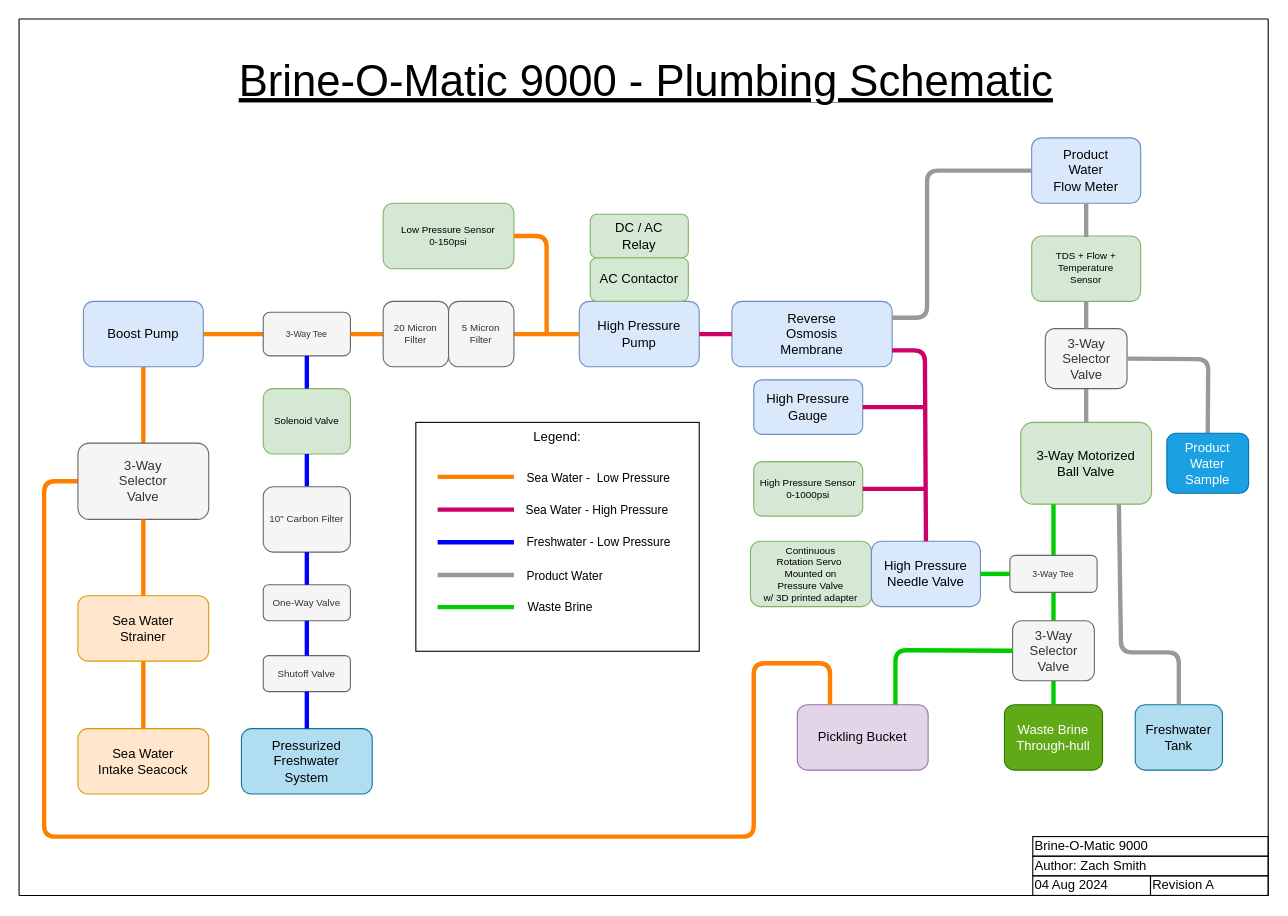
This is page "Plumbing" (1 of 5) of Brine-o-Matic 9000.drawio from hoeken/brineomatic, a draw.io file, before an edit. Source tidied: cells renumbered, new cells numbered last; positions are measured from the earlier drawing's top-left corner, leaving out a move shared by most shapes. Both pictures are drawn from the tidied source at 109%, with x=0, y=0 at pixel (19, 19).
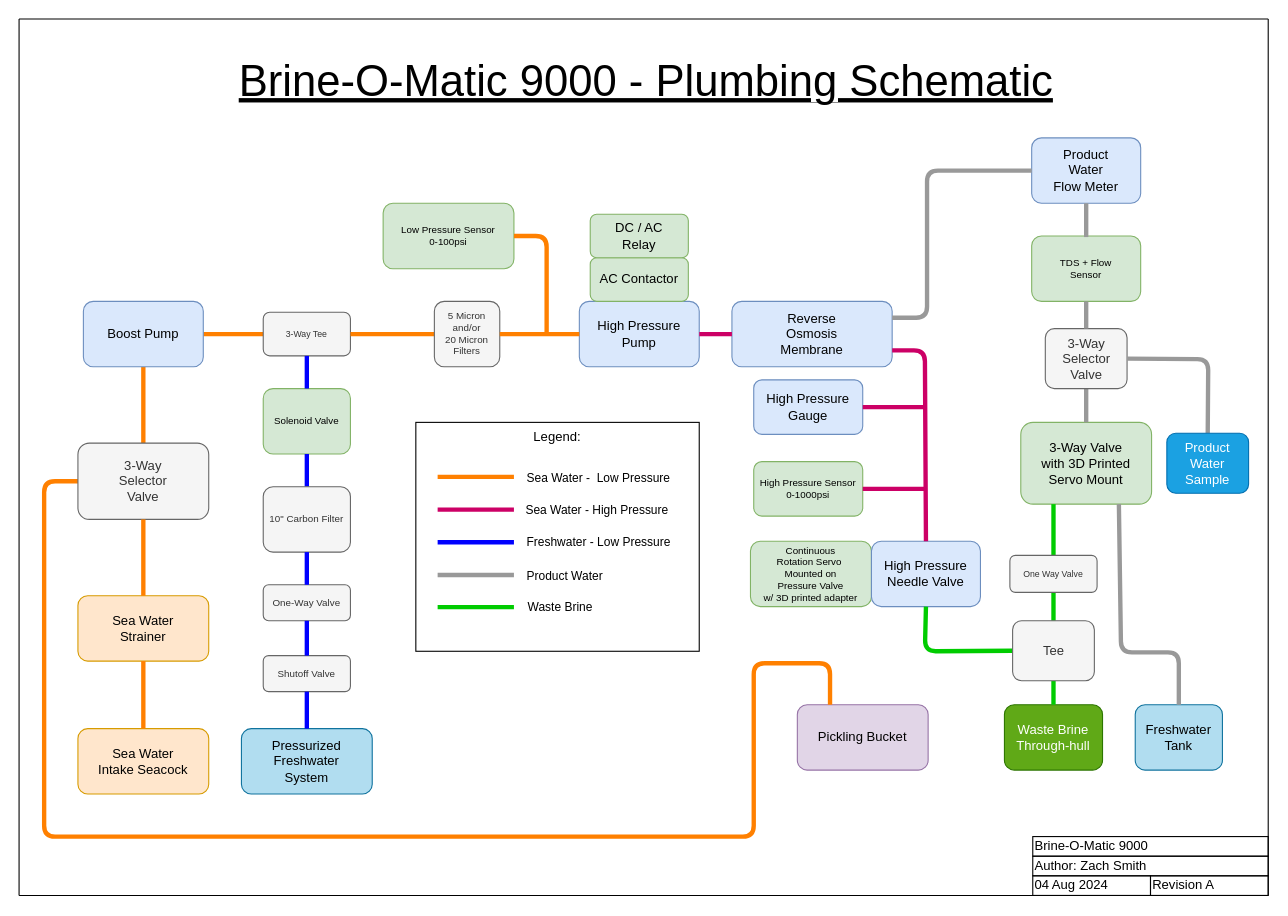
The same diagram, later.

The change refers to these unchanged cells:
```xml
<mxCell id="4" value="High Pressure&lt;br&gt;Pump" style="rounded=1;whiteSpace=wrap;html=1;fillColor=#dae8fc;strokeColor=#6c8ebf;" parent="1" vertex="1">
  <mxGeometry x="514" y="259" width="110" height="60" as="geometry" />
</mxCell>
<mxCell id="5" value="Pickling Bucket" style="rounded=1;whiteSpace=wrap;html=1;fillColor=#e1d5e7;strokeColor=#9673a6;" parent="1" vertex="1">
  <mxGeometry x="714" y="629" width="120" height="60" as="geometry" />
</mxCell>
<mxCell id="65" value="High Pressure&lt;br&gt;Needle Valve" style="rounded=1;whiteSpace=wrap;html=1;fillColor=#dae8fc;strokeColor=#6c8ebf;" parent="1" vertex="1">
  <mxGeometry x="782" y="479" width="100" height="60" as="geometry" />
</mxCell>
```

Change to the diagram source:
```diff
@@
-    <mxCell id="15" value="3-Way Motorized&lt;br&gt;Ball Valve" style="rounded=1;whiteSpace=wrap;html=1;fillColor=#d5e8d4;strokeColor=#82b366;" parent="1" vertex="1">
+    <mxCell id="15" value="3-Way Valve&lt;br&gt;with 3D Printed&lt;br&gt;Servo Mount" style="rounded=1;whiteSpace=wrap;html=1;fillColor=#d5e8d4;strokeColor=#82b366;" parent="1" vertex="1">
       <mxGeometry x="919" y="370" width="120" height="75" as="geometry" />
     </mxCell>
-    <mxCell id="16" value="TDS + Flow + Temperature&lt;br style=&quot;font-size: 9px;&quot;&gt;Sensor" style="rounded=1;whiteSpace=wrap;html=1;fillColor=#d5e8d4;strokeColor=#82b366;fontSize=9;" parent="1" vertex="1">
+    <mxCell id="16" value="TDS + Flow&lt;br style=&quot;font-size: 9px;&quot;&gt;Sensor" style="rounded=1;whiteSpace=wrap;html=1;fillColor=#d5e8d4;strokeColor=#82b366;fontSize=9;" parent="1" vertex="1">
       <mxGeometry x="929" y="199" width="100" height="60" as="geometry" />
     </mxCell>
@@
-    <mxCell id="33" value="20 Micron&lt;br&gt;Filter" style="rounded=1;whiteSpace=wrap;html=1;fillColor=#f5f5f5;strokeColor=#666666;fontSize=9;fontColor=#333333;" parent="1" vertex="1">
-      <mxGeometry x="334" y="259" width="60" height="60" as="geometry" />
+    <mxCell id="33" value="5 Micron&lt;br&gt;and/or&lt;br&gt;20 Micron&lt;br&gt;Filters" style="rounded=1;whiteSpace=wrap;html=1;fillColor=#f5f5f5;strokeColor=#666666;fontSize=9;fontColor=#333333;" parent="1" vertex="1">
+      <mxGeometry x="381" y="259" width="60" height="60" as="geometry" />
     </mxCell>
@@
-    <mxCell id="57" style="endArrow=none;html=1;rounded=0;entryX=0;entryY=0.5;entryDx=0;entryDy=0;strokeColor=#FF8000;strokeWidth=4;startArrow=none;exitX=1;exitY=0.5;exitDx=0;exitDy=0;" parent="1" edge="1" source="64" target="4">
+    <mxCell id="57" style="endArrow=none;html=1;rounded=0;entryX=0;entryY=0.5;entryDx=0;entryDy=0;strokeColor=#FF8000;strokeWidth=4;startArrow=none;exitX=1;exitY=0.5;exitDx=0;exitDy=0;" parent="1" edge="1" source="33" target="4">
       <mxGeometry relative="1" as="geometry" />
     </mxCell>
-    <mxCell id="58" value="Low Pressure Sensor&lt;br style=&quot;font-size: 9px;&quot;&gt;0-150psi" style="rounded=1;whiteSpace=wrap;html=1;fillColor=#d5e8d4;strokeColor=#82b366;fontSize=9;" parent="1" vertex="1">
+    <mxCell id="58" value="Low Pressure Sensor&lt;br style=&quot;font-size: 9px;&quot;&gt;0-100psi" style="rounded=1;whiteSpace=wrap;html=1;fillColor=#d5e8d4;strokeColor=#82b366;fontSize=9;" parent="1" vertex="1">
       <mxGeometry x="334" y="169" width="120" height="60" as="geometry" />
     </mxCell>
@@
-    <mxCell id="63" style="endArrow=none;html=1;rounded=0;entryX=0;entryY=0.5;entryDx=0;entryDy=0;strokeColor=#FF8000;strokeWidth=4;exitX=1;exitY=0.5;exitDx=0;exitDy=0;" parent="1" edge="1" source="33" target="64">
-      <mxGeometry relative="1" as="geometry" />
-    </mxCell>
-    <mxCell id="64" value="5 Micron&lt;br&gt;Filter" style="rounded=1;whiteSpace=wrap;html=1;fillColor=#f5f5f5;strokeColor=#666666;fontSize=9;fontColor=#333333;" parent="1" vertex="1">
-      <mxGeometry x="394" y="259" width="60" height="60" as="geometry" />
-    </mxCell>
@@
-    <mxCell id="69" style="endArrow=none;html=1;rounded=1;entryX=0;entryY=0.5;entryDx=0;entryDy=0;strokeColor=#00CC00;strokeWidth=4;exitX=1;exitY=0.5;exitDx=0;exitDy=0;" parent="1" edge="1" source="65" target="82">
-      <mxGeometry relative="1" as="geometry" />
+    <mxCell id="69" style="endArrow=none;html=1;rounded=1;entryX=0;entryY=0.5;entryDx=0;entryDy=0;strokeColor=#00CC00;strokeWidth=4;exitX=0.5;exitY=1;exitDx=0;exitDy=0;" parent="1" edge="1" source="65" target="72">
+      <mxGeometry relative="1" as="geometry">
+        <Array as="points">
+          <mxPoint x="831" y="580" />
+        </Array>
+      </mxGeometry>
     </mxCell>
@@
-    <mxCell id="72" value="3-Way&lt;br&gt;Selector&lt;br&gt;Valve" style="rounded=1;whiteSpace=wrap;html=1;fillColor=#f5f5f5;strokeColor=#666666;fontColor=#333333;" parent="1" vertex="1">
+    <mxCell id="72" value="Tee" style="rounded=1;whiteSpace=wrap;html=1;fillColor=#f5f5f5;strokeColor=#666666;fontColor=#333333;" parent="1" vertex="1">
       <mxGeometry x="911.5" y="552" width="75" height="55" as="geometry" />
     </mxCell>
-    <mxCell id="73" style="endArrow=none;html=1;rounded=1;entryX=0;entryY=0.5;entryDx=0;entryDy=0;strokeColor=#00CC00;strokeWidth=4;exitX=0.75;exitY=0;exitDx=0;exitDy=0;" parent="1" edge="1" source="5" target="72">
-      <mxGeometry relative="1" as="geometry">
-        <Array as="points">
-          <mxPoint x="804" y="579" />
-        </Array>
-      </mxGeometry>
-    </mxCell>
@@
-    <mxCell id="82" value="3-Way Tee" style="rounded=1;whiteSpace=wrap;html=1;fillColor=#f5f5f5;strokeColor=#666666;fontColor=#333333;fontSize=8;" parent="1" vertex="1">
+    <mxCell id="82" value="One Way Valve" style="rounded=1;whiteSpace=wrap;html=1;fillColor=#f5f5f5;strokeColor=#666666;fontColor=#333333;fontSize=8;" parent="1" vertex="1">
       <mxGeometry x="909" y="492" width="80" height="34" as="geometry" />
     </mxCell>
```
